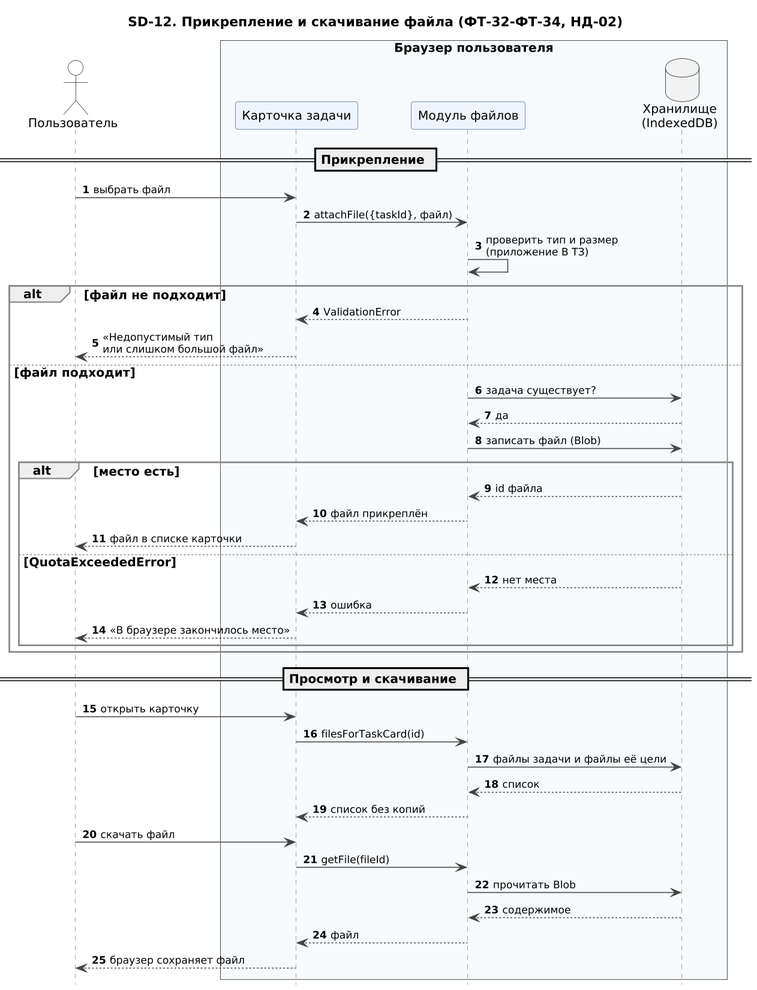
Before: docs/uml/png/SD-12_fajly.png, a diagram exported from PlantUML (freez044/kpo_project). The source it was exported from:
```plantuml
@startuml SD-12_fajly
!include seqhead.iuml
title SD-12. Прикрепление и скачивание файла (ФТ-32-ФТ-34, НД-02)
actor "Пользователь" as U
box "Браузер пользователя" #F7FAFD
participant "Карточка задачи" as UI
participant "Модуль файлов" as FM
database "Хранилище\n(IndexedDB)" as DB
end box

== Прикрепление ==
U -> UI : выбрать файл
UI -> FM : attachFile({taskId}, файл)
FM -> FM : проверить тип и размер\n(приложение В ТЗ)
alt файл не подходит
  FM --> UI : ValidationError
  UI --> U : «Недопустимый тип\nили слишком большой файл»
else файл подходит
  FM -> DB : задача существует?
  DB --> FM : да
  FM -> DB : записать файл (Blob)
  alt место есть
    DB --> FM : id файла
    FM --> UI : файл прикреплён
    UI --> U : файл в списке карточки
  else QuotaExceededError
    DB --> FM : нет места
    FM --> UI : ошибка
    UI --> U : «В браузере закончилось место»
  end
end

== Просмотр и скачивание ==
U -> UI : открыть карточку
UI -> FM : filesForTaskCard(id)
FM -> DB : файлы задачи и файлы её цели
DB --> FM : список
FM --> UI : список без копий
U -> UI : скачать файл
UI -> FM : getFile(fileId)
FM -> DB : прочитать Blob
DB --> FM : содержимое
FM --> UI : файл
UI --> U : браузер сохраняет файл
@enduml
```
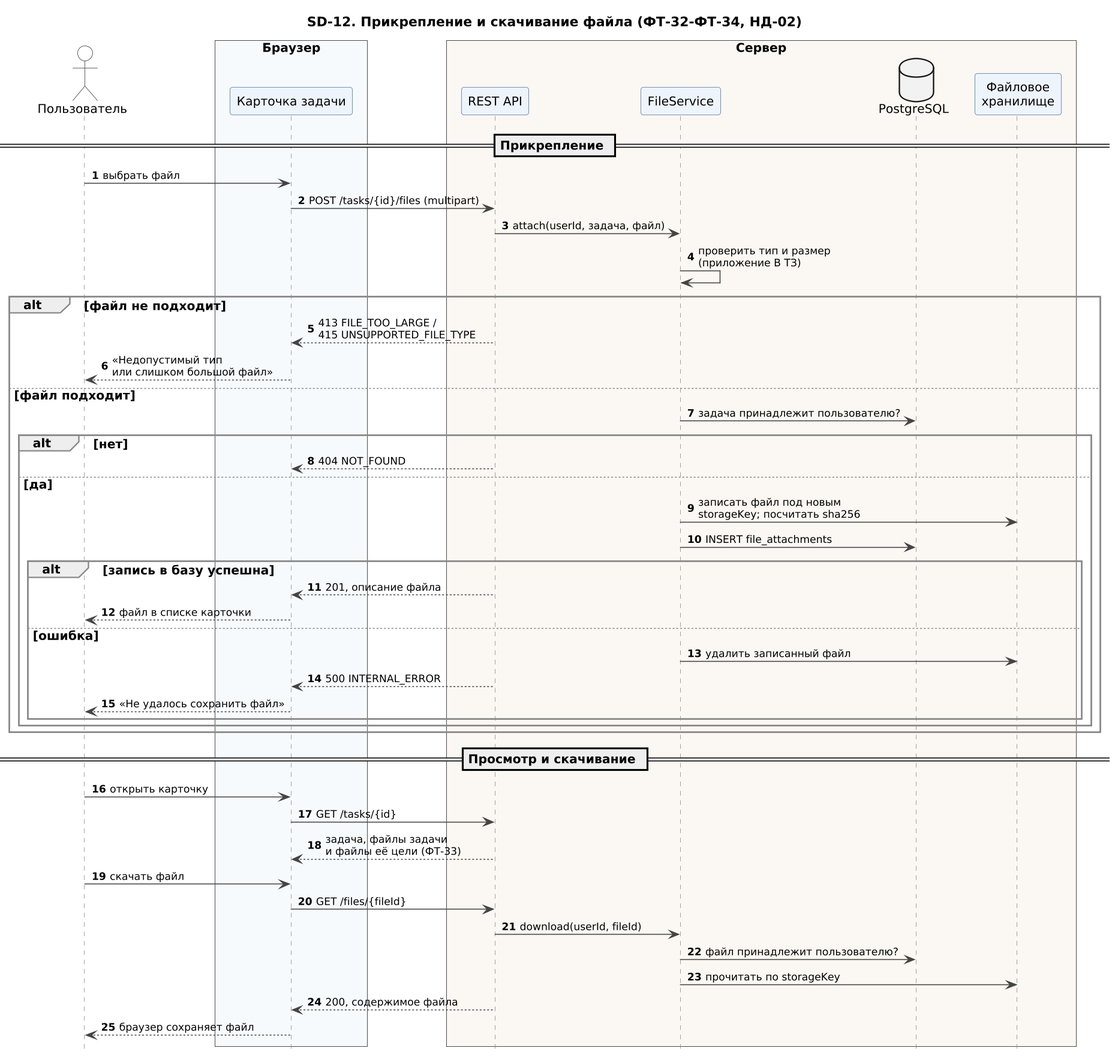
The same file after the commit.

What changed in the source:
```diff
@@ -2,44 +2,51 @@
 !include seqhead.iuml
 title SD-12. Прикрепление и скачивание файла (ФТ-32-ФТ-34, НД-02)
 actor "Пользователь" as U
-box "Браузер пользователя" #F7FAFD
+box "Браузер" #F7FAFD
 participant "Карточка задачи" as UI
-participant "Модуль файлов" as FM
-database "Хранилище\n(IndexedDB)" as DB
+end box
+box "Сервер" #FBF7F2
+participant "REST API" as API
+participant "FileService" as FS
+database "PostgreSQL" as DB
+participant "Файловое\nхранилище" as FST
 end box
 
 == Прикрепление ==
 U -> UI : выбрать файл
-UI -> FM : attachFile({taskId}, файл)
-FM -> FM : проверить тип и размер\n(приложение В ТЗ)
+UI -> API : POST /tasks/{id}/files (multipart)
+API -> FS : attach(userId, задача, файл)
+FS -> FS : проверить тип и размер\n(приложение В ТЗ)
 alt файл не подходит
-  FM --> UI : ValidationError
+  API --> UI : 413 FILE_TOO_LARGE /\n415 UNSUPPORTED_FILE_TYPE
   UI --> U : «Недопустимый тип\nили слишком большой файл»
 else файл подходит
-  FM -> DB : задача существует?
-  DB --> FM : да
-  FM -> DB : записать файл (Blob)
-  alt место есть
-    DB --> FM : id файла
-    FM --> UI : файл прикреплён
-    UI --> U : файл в списке карточки
-  else QuotaExceededError
-    DB --> FM : нет места
-    FM --> UI : ошибка
-    UI --> U : «В браузере закончилось место»
+  FS -> DB : задача принадлежит пользователю?
+  alt нет
+    API --> UI : 404 NOT_FOUND
+  else да
+    FS -> FST : записать файл под новым\nstorageKey; посчитать sha256
+    FS -> DB : INSERT file_attachments
+    alt запись в базу успешна
+      API --> UI : 201, описание файла
+      UI --> U : файл в списке карточки
+    else ошибка
+      FS -> FST : удалить записанный файл
+      API --> UI : 500 INTERNAL_ERROR
+      UI --> U : «Не удалось сохранить файл»
+    end
   end
 end
 
 == Просмотр и скачивание ==
 U -> UI : открыть карточку
-UI -> FM : filesForTaskCard(id)
-FM -> DB : файлы задачи и файлы её цели
-DB --> FM : список
-FM --> UI : список без копий
+UI -> API : GET /tasks/{id}
+API --> UI : задача, файлы задачи\nи файлы её цели (ФТ-33)
 U -> UI : скачать файл
-UI -> FM : getFile(fileId)
-FM -> DB : прочитать Blob
-DB --> FM : содержимое
-FM --> UI : файл
+UI -> API : GET /files/{fileId}
+API -> FS : download(userId, fileId)
+FS -> DB : файл принадлежит пользователю?
+FS -> FST : прочитать по storageKey
+API --> UI : 200, содержимое файла
 UI --> U : браузер сохраняет файл
 @enduml
```
